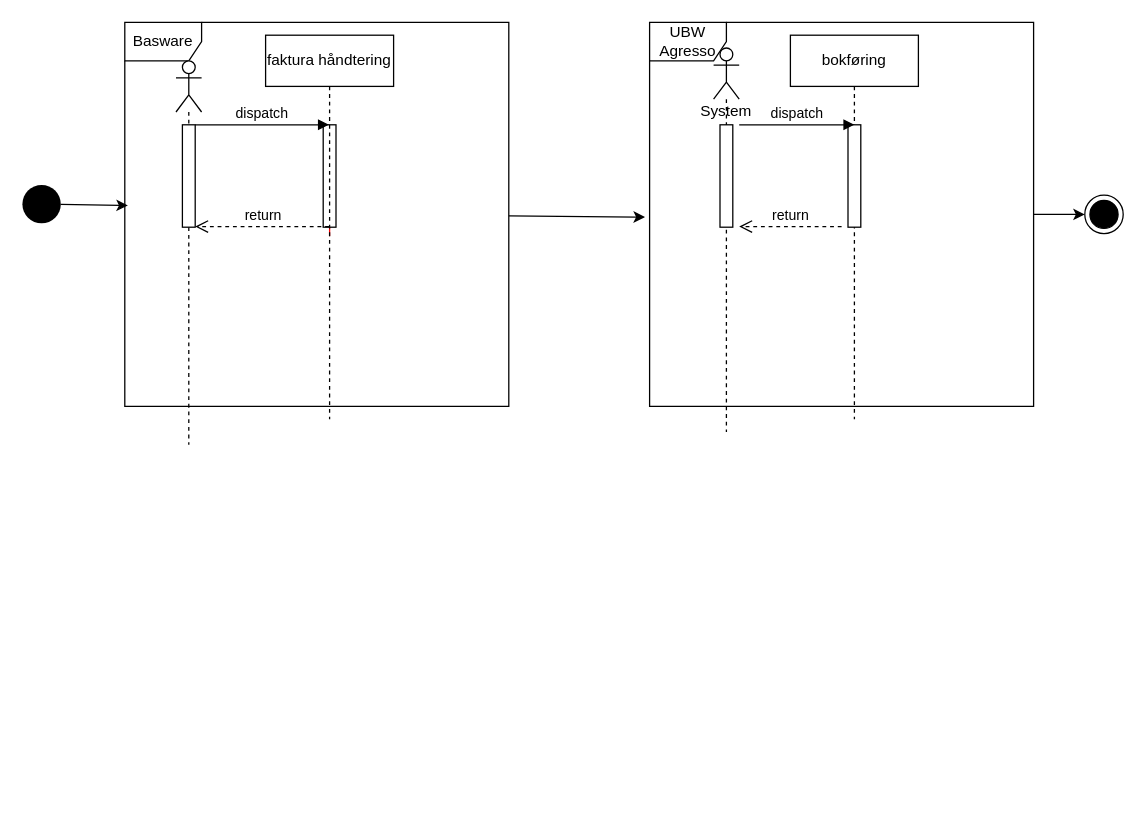
Before: page "Copy of Page-2" (3 of 3) of S2P - Basware.drawio in adisD/Bane-NOR, a draw.io diagram. Source tidied: cells renumbered, new cells numbered last; positions are measured from the earlier drawing's top-left corner, leaving out a move shared by most shapes. Both pictures are drawn from the tidied source at 128%, with x=0, y=0 at pixel (22, 22).
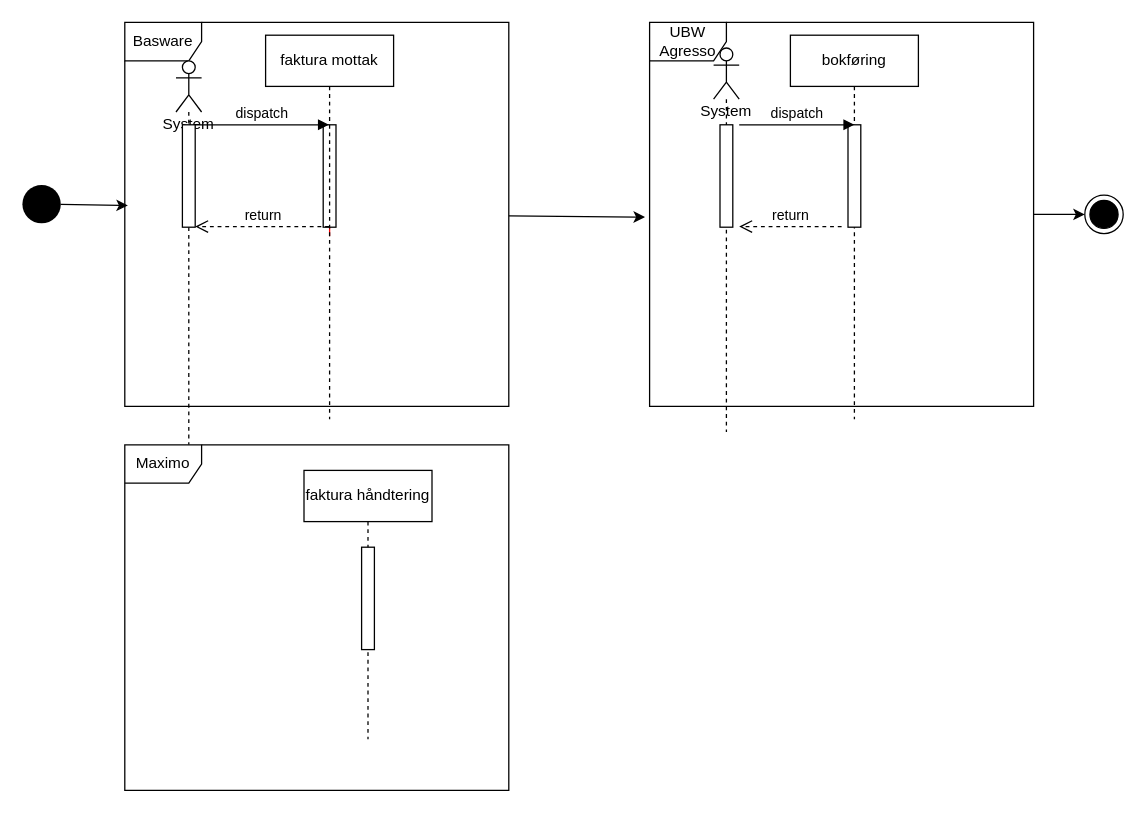
The same diagram, later.

Change to the diagram source:
```diff
@@
-    <mxCell id="9" style="shape=umlLifeline;participant=umlActor;perimeter=lifelinePerimeter;whiteSpace=wrap;html=1;verticalAlign=top;spacingTop=36;" parent="1" vertex="1">
+    <mxCell id="9" value="System" style="shape=umlLifeline;participant=umlActor;perimeter=lifelinePerimeter;whiteSpace=wrap;html=1;verticalAlign=top;spacingTop=36;" parent="1" vertex="1">
       <mxGeometry x="120" y="30" width="20" height="300" as="geometry" />
     </mxCell>
@@
-    <mxCell id="12" value="faktura håndtering" style="shape=umlLifeline;perimeter=lifelinePerimeter;whiteSpace=wrap;html=1;outlineConnect=0;" parent="1" vertex="1">
+    <mxCell id="12" value="faktura mottak" style="shape=umlLifeline;perimeter=lifelinePerimeter;whiteSpace=wrap;html=1;outlineConnect=0;" parent="1" vertex="1">
       <mxGeometry x="190" y="10" width="100" height="300" as="geometry" />
     </mxCell>
@@
+    <mxCell id="22" value="Maximo" style="shape=umlFrame;whiteSpace=wrap;html=1;" parent="1" vertex="1">
+      <mxGeometry x="80" y="330" width="300" height="270" as="geometry" />
+    </mxCell>
+    <mxCell id="23" value="faktura håndtering" style="shape=umlLifeline;perimeter=lifelinePerimeter;whiteSpace=wrap;html=1;" parent="1" vertex="1">
+      <mxGeometry x="220" y="350" width="100" height="210" as="geometry" />
+    </mxCell>
+    <mxCell id="24" style="html=1;perimeter=orthogonalPerimeter;" parent="23" vertex="1">
+      <mxGeometry x="45" y="60" width="10" height="80" as="geometry" />
+    </mxCell>
```
